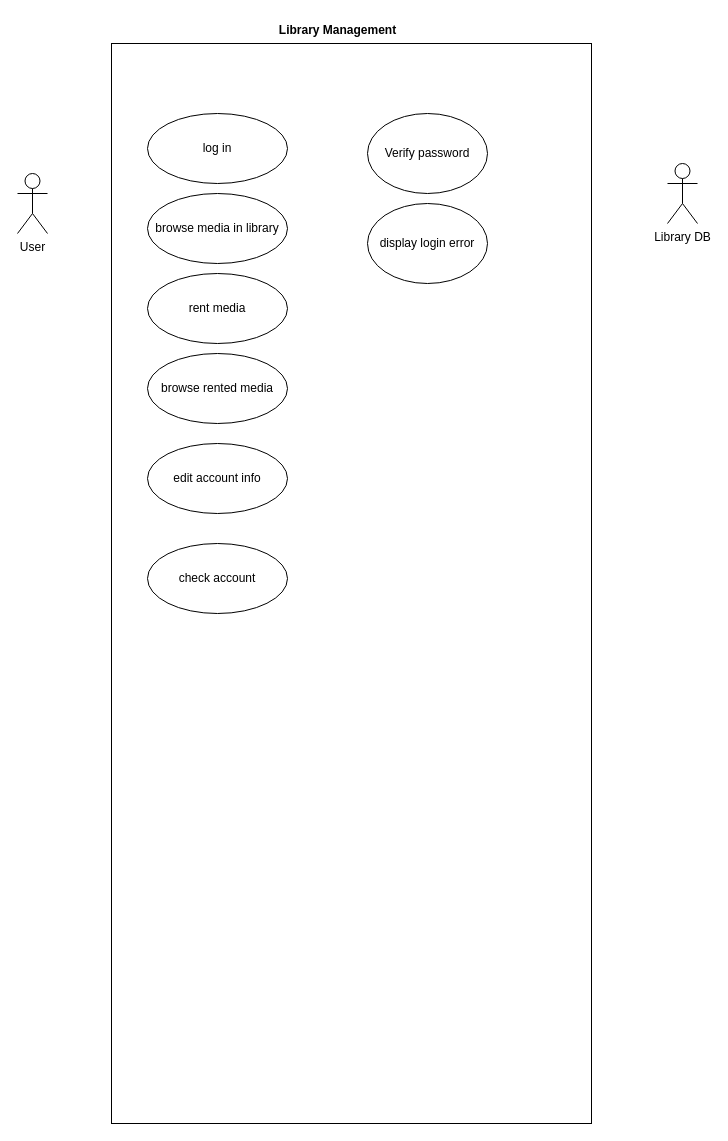
The draw.io diagram diagrams/usecase_library.drawio in sraosha47/m226, before the edit. Source tidied: cells renumbered, new cells numbered last; positions are measured from the earlier drawing's top-left corner, leaving out a move shared by most shapes. Both pictures are drawn from the tidied source at 100%, with x=0, y=0 at pixel (17, 17).
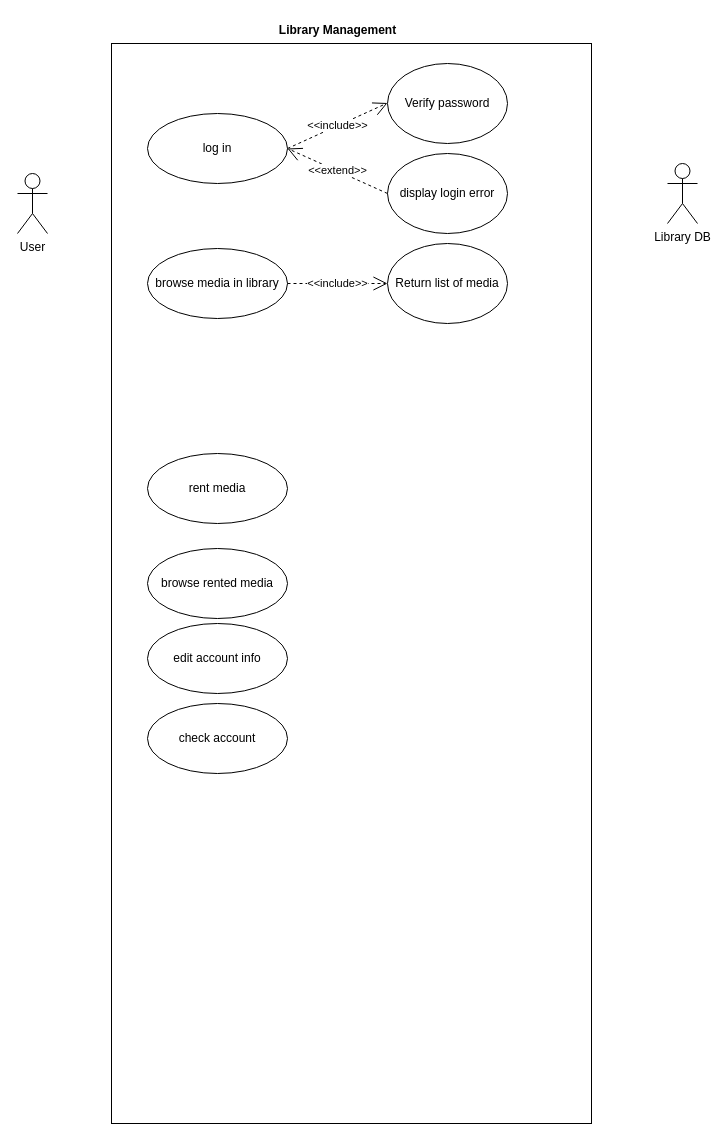
Above is the later version.

What changed in the source:
```diff
@@
 <mxGraphModel>
   <root>
     <mxCell id="0" />
     <mxCell id="1" parent="0" />
     <mxCell id="2" style="rounded=0;whiteSpace=wrap;html=1;" parent="1" vertex="1">
       <mxGeometry x="94" y="26" width="480" height="1080" as="geometry" />
     </mxCell>
     <mxCell id="3" value="User" style="shape=umlActor;verticalLabelPosition=bottom;verticalAlign=top;html=1;" parent="1" vertex="1">
       <mxGeometry y="156" width="30" height="60" as="geometry" />
     </mxCell>
     <mxCell id="4" value="Library Management" style="text;align=center;fontStyle=1;verticalAlign=middle;spacingLeft=3;spacingRight=3;strokeColor=none;html=1;" parent="1" vertex="1">
       <mxGeometry x="280" width="80" height="26" as="geometry" />
     </mxCell>
     <mxCell id="5" value="log in" style="ellipse;whiteSpace=wrap;html=1;" parent="1" vertex="1">
       <mxGeometry x="130" y="96" width="140" height="70" as="geometry" />
     </mxCell>
     <mxCell id="6" value="&lt;div&gt;Library DB&lt;/div&gt;&lt;div&gt;&lt;br&gt;&lt;/div&gt;" style="shape=umlActor;verticalLabelPosition=bottom;verticalAlign=top;html=1;" parent="1" vertex="1">
       <mxGeometry x="650" y="146" width="30" height="60" as="geometry" />
     </mxCell>
     <mxCell id="7" value="browse media in library" style="ellipse;whiteSpace=wrap;html=1;" parent="1" vertex="1">
-      <mxGeometry x="130" y="176" width="140" height="70" as="geometry" />
+      <mxGeometry x="130" y="231" width="140" height="70" as="geometry" />
     </mxCell>
     <mxCell id="8" value="rent media" style="ellipse;whiteSpace=wrap;html=1;" parent="1" vertex="1">
-      <mxGeometry x="130" y="256" width="140" height="70" as="geometry" />
+      <mxGeometry x="130" y="436" width="140" height="70" as="geometry" />
     </mxCell>
     <mxCell id="9" value="edit account info" style="ellipse;whiteSpace=wrap;html=1;" parent="1" vertex="1">
-      <mxGeometry x="130" y="426" width="140" height="70" as="geometry" />
+      <mxGeometry x="130" y="606" width="140" height="70" as="geometry" />
     </mxCell>
     <mxCell id="10" value="browse rented media" style="ellipse;whiteSpace=wrap;html=1;" parent="1" vertex="1">
-      <mxGeometry x="130" y="336" width="140" height="70" as="geometry" />
+      <mxGeometry x="130" y="531" width="140" height="70" as="geometry" />
     </mxCell>
     <mxCell id="11" value="check account" style="ellipse;whiteSpace=wrap;html=1;" parent="1" vertex="1">
-      <mxGeometry x="130" y="526" width="140" height="70" as="geometry" />
+      <mxGeometry x="130" y="686" width="140" height="70" as="geometry" />
     </mxCell>
     <mxCell id="12" value="Verify password" style="ellipse;whiteSpace=wrap;html=1;" parent="1" vertex="1">
-      <mxGeometry x="350" y="96" width="120" height="80" as="geometry" />
+      <mxGeometry x="370" y="46" width="120" height="80" as="geometry" />
     </mxCell>
     <mxCell id="13" value="display login error" style="ellipse;whiteSpace=wrap;html=1;" parent="1" vertex="1">
-      <mxGeometry x="350" y="186" width="120" height="80" as="geometry" />
+      <mxGeometry x="370" y="136" width="120" height="80" as="geometry" />
     </mxCell>
+    <mxCell id="14" value="&lt;div&gt;Return list of media&lt;/div&gt;" style="ellipse;whiteSpace=wrap;html=1;" parent="1" vertex="1">
+      <mxGeometry x="370" y="226" width="120" height="80" as="geometry" />
+    </mxCell>
+    <mxCell id="15" value="&amp;lt;&amp;lt;include&amp;gt;&amp;gt;" style="endArrow=open;endSize=12;dashed=1;html=1;rounded=0;exitX=1;exitY=0.5;exitDx=0;exitDy=0;" parent="1" edge="1" source="5">
+      <mxGeometry relative="1" as="geometry">
+        <mxPoint x="370" y="85.5" as="targetPoint" />
+      </mxGeometry>
+    </mxCell>
+    <mxCell id="16" value="&amp;lt;&amp;lt;extend&amp;gt;&amp;gt;" style="endArrow=open;endSize=12;dashed=1;html=1;rounded=0;exitX=0;exitY=0.5;exitDx=0;exitDy=0;entryX=1;entryY=0.5;entryDx=0;entryDy=0;" parent="1" edge="1" source="13" target="5">
+      <mxGeometry relative="1" as="geometry" />
+    </mxCell>
+    <mxCell id="17" value="&amp;lt;&amp;lt;include&amp;gt;&amp;gt;" style="endArrow=open;endSize=12;dashed=1;html=1;rounded=0;exitX=1;exitY=0.5;exitDx=0;exitDy=0;entryX=0;entryY=0.5;entryDx=0;entryDy=0;" parent="1" edge="1" source="7" target="14">
+      <mxGeometry relative="1" as="geometry" />
+    </mxCell>
   </root>
 </mxGraphModel>
```
